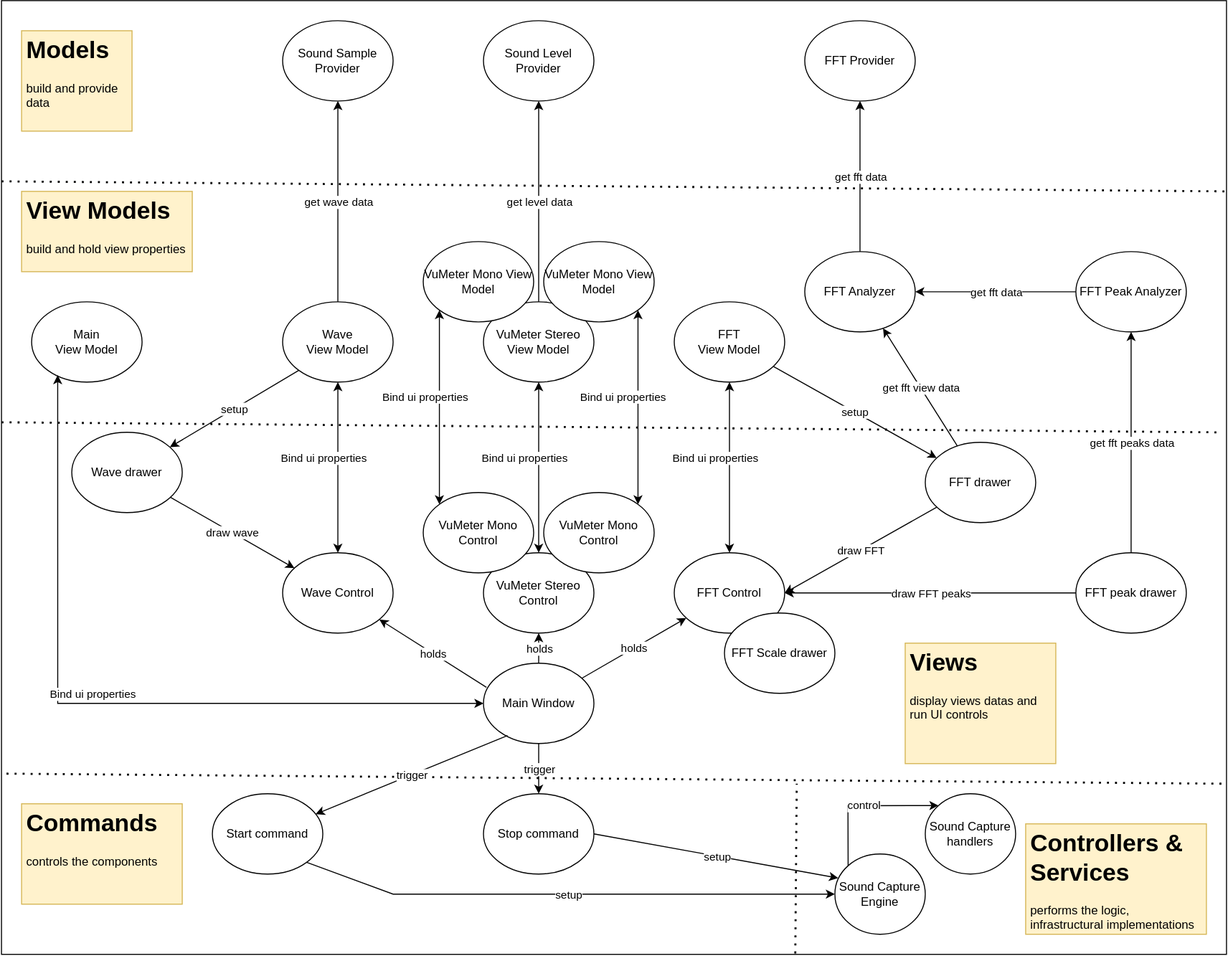
franck-gaspoz/WindowsAudioSessionSample keeps this draw.io diagram as Doc/components1.drawio.svg. Above is the earlier version. Source tidied: cells renumbered, new cells last; positions are measured from the earlier drawing's top-left corner, leaving out a move shared by most shapes.
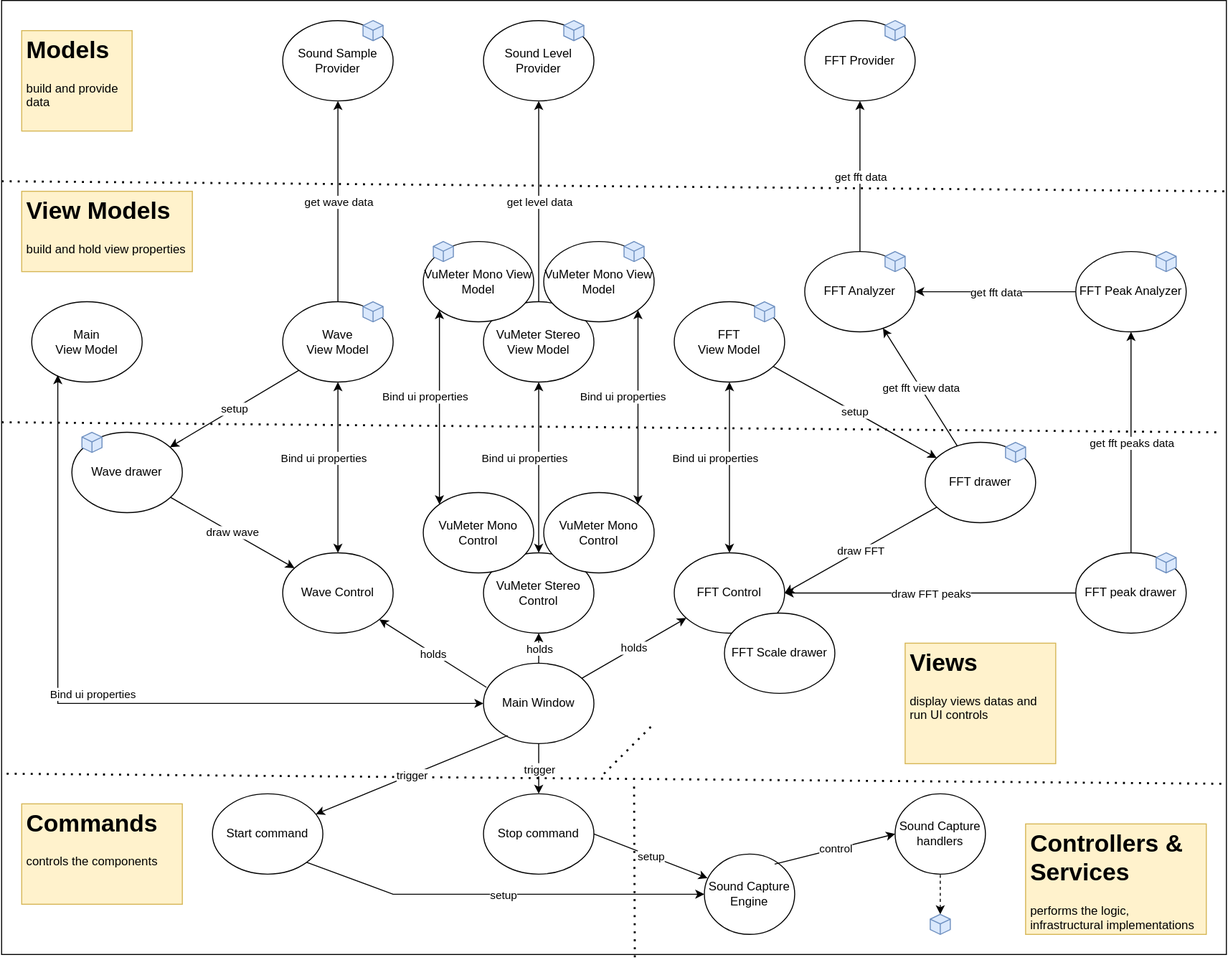
Above is the later version.

Diff of the diagram source:
```diff
@@ -241,7 +241,7 @@
       <mxGeometry x="210" y="790" width="110" height="80" as="geometry" />
     </mxCell>
     <mxCell id="72" value="Sound Capture Engine" style="ellipse;whiteSpace=wrap;html=1;" parent="1" vertex="1">
-      <mxGeometry x="830" y="850" width="90" height="80" as="geometry" />
+      <mxGeometry x="700" y="850" width="90" height="80" as="geometry" />
     </mxCell>
     <mxCell id="73" value="Stop command" style="ellipse;whiteSpace=wrap;html=1;" parent="1" vertex="1">
       <mxGeometry x="480" y="790" width="110" height="80" as="geometry" />
@@ -274,26 +274,70 @@
     <mxCell id="81" value="trigger" style="edgeLabel;html=1;align=center;verticalAlign=middle;" parent="80" vertex="1">
       <mxGeometry relative="1" as="geometry" />
     </mxCell>
-    <mxCell id="82" style="endArrow=none;dashed=1;html=1;dashPattern=1 3;strokeWidth=2;rounded=0;exitX=0.648;exitY=0.999;exitDx=0;exitDy=0;exitPerimeter=0;" parent="1" edge="1" source="2">
+    <mxCell id="82" style="endArrow=none;dashed=1;html=1;dashPattern=1 3;strokeWidth=2;rounded=0;exitX=0.517;exitY=1.003;exitDx=0;exitDy=0;exitPerimeter=0;" parent="1" edge="1" source="2">
       <mxGeometry relative="1" as="geometry">
-        <mxPoint x="792" y="780" as="targetPoint" />
+        <mxPoint x="630" y="780" as="targetPoint" />
       </mxGeometry>
     </mxCell>
     <mxCell id="83" value="&lt;h1&gt;Controllers &amp;amp; Services&lt;/h1&gt;&lt;p&gt;performs the logic, infrastructural implementations&lt;/p&gt;" style="text;html=1;strokeColor=#d6b656;fillColor=#fff2cc;spacing=5;spacingTop=-20;whiteSpace=wrap;overflow=hidden;rounded=0;" parent="1" vertex="1">
       <mxGeometry x="1020" y="820" width="180" height="110" as="geometry" />
     </mxCell>
     <mxCell id="84" value="Sound Capture handlers" style="ellipse;whiteSpace=wrap;html=1;" parent="1" vertex="1">
-      <mxGeometry x="920" y="790" width="90" height="80" as="geometry" />
+      <mxGeometry x="890" y="790" width="90" height="80" as="geometry" />
     </mxCell>
-    <mxCell id="85" style="endArrow=classic;html=1;rounded=0;exitX=0;exitY=0;exitDx=0;exitDy=0;entryX=0;entryY=0;entryDx=0;entryDy=0;" parent="1" edge="1" source="72" target="84">
-      <mxGeometry relative="1" as="geometry">
-        <Array as="points">
-          <mxPoint x="843" y="802" />
-        </Array>
-      </mxGeometry>
+    <mxCell id="85" style="endArrow=classic;html=1;rounded=0;entryX=0;entryY=0.5;entryDx=0;entryDy=0;exitX=0.778;exitY=0.125;exitDx=0;exitDy=0;exitPerimeter=0;" parent="1" edge="1" source="72" target="84">
+      <mxGeometry relative="1" as="geometry" />
     </mxCell>
     <mxCell id="86" value="control" style="edgeLabel;html=1;align=center;verticalAlign=middle;" parent="85" vertex="1">
       <mxGeometry relative="1" as="geometry" />
     </mxCell>
+    <mxCell id="87" style="whiteSpace=wrap;html=1;shape=mxgraph.basic.isocube;isoAngle=15;fillColor=#dae8fc;strokeColor=#6c8ebf;" parent="1" vertex="1">
+      <mxGeometry x="360" y="20" width="20" height="20" as="geometry" />
+    </mxCell>
+    <mxCell id="88" style="whiteSpace=wrap;html=1;shape=mxgraph.basic.isocube;isoAngle=15;fillColor=#dae8fc;strokeColor=#6c8ebf;" parent="1" vertex="1">
+      <mxGeometry x="560" y="20" width="20" height="20" as="geometry" />
+    </mxCell>
+    <mxCell id="89" style="whiteSpace=wrap;html=1;shape=mxgraph.basic.isocube;isoAngle=15;fillColor=#dae8fc;strokeColor=#6c8ebf;" parent="1" vertex="1">
+      <mxGeometry x="880" y="20" width="20" height="20" as="geometry" />
+    </mxCell>
+    <mxCell id="90" style="whiteSpace=wrap;html=1;shape=mxgraph.basic.isocube;isoAngle=15;fillColor=#dae8fc;strokeColor=#6c8ebf;" parent="1" vertex="1">
+      <mxGeometry x="880" y="250" width="20" height="20" as="geometry" />
+    </mxCell>
+    <mxCell id="91" style="whiteSpace=wrap;html=1;shape=mxgraph.basic.isocube;isoAngle=15;fillColor=#dae8fc;strokeColor=#6c8ebf;" parent="1" vertex="1">
+      <mxGeometry x="1150" y="250" width="20" height="20" as="geometry" />
+    </mxCell>
+    <mxCell id="92" style="whiteSpace=wrap;html=1;shape=mxgraph.basic.isocube;isoAngle=15;fillColor=#dae8fc;strokeColor=#6c8ebf;" parent="1" vertex="1">
+      <mxGeometry x="1000" y="440" width="20" height="20" as="geometry" />
+    </mxCell>
+    <mxCell id="93" style="whiteSpace=wrap;html=1;shape=mxgraph.basic.isocube;isoAngle=15;fillColor=#dae8fc;strokeColor=#6c8ebf;" parent="1" vertex="1">
+      <mxGeometry x="1150" y="550" width="20" height="20" as="geometry" />
+    </mxCell>
+    <mxCell id="94" style="whiteSpace=wrap;html=1;shape=mxgraph.basic.isocube;isoAngle=15;fillColor=#dae8fc;strokeColor=#6c8ebf;" parent="1" vertex="1">
+      <mxGeometry x="430" y="240" width="20" height="20" as="geometry" />
+    </mxCell>
+    <mxCell id="95" style="whiteSpace=wrap;html=1;shape=mxgraph.basic.isocube;isoAngle=15;fillColor=#dae8fc;strokeColor=#6c8ebf;" parent="1" vertex="1">
+      <mxGeometry x="620" y="240" width="20" height="20" as="geometry" />
+    </mxCell>
+    <mxCell id="96" style="whiteSpace=wrap;html=1;shape=mxgraph.basic.isocube;isoAngle=15;fillColor=#dae8fc;strokeColor=#6c8ebf;" parent="1" vertex="1">
+      <mxGeometry x="360" y="300" width="20" height="20" as="geometry" />
+    </mxCell>
+    <mxCell id="97" style="whiteSpace=wrap;html=1;shape=mxgraph.basic.isocube;isoAngle=15;fillColor=#dae8fc;strokeColor=#6c8ebf;" parent="1" vertex="1">
+      <mxGeometry x="80" y="430" width="20" height="20" as="geometry" />
+    </mxCell>
+    <mxCell id="98" style="whiteSpace=wrap;html=1;shape=mxgraph.basic.isocube;isoAngle=15;fillColor=#dae8fc;strokeColor=#6c8ebf;" parent="1" vertex="1">
+      <mxGeometry x="750" y="300" width="20" height="20" as="geometry" />
+    </mxCell>
+    <mxCell id="99" style="whiteSpace=wrap;html=1;shape=mxgraph.basic.isocube;isoAngle=15;fillColor=#dae8fc;strokeColor=#6c8ebf;" parent="1" vertex="1">
+      <mxGeometry x="925" y="910" width="20" height="20" as="geometry" />
+    </mxCell>
+    <mxCell id="100" style="endArrow=none;dashed=1;html=1;dashPattern=1 3;strokeWidth=2;rounded=0;" parent="1" edge="1">
+      <mxGeometry relative="1" as="geometry">
+        <mxPoint x="600" y="770" as="sourcePoint" />
+        <mxPoint x="650" y="720" as="targetPoint" />
+      </mxGeometry>
+    </mxCell>
+    <mxCell id="101" style="endArrow=none;dashed=1;html=1;rounded=0;exitX=0.5;exitY=0;exitDx=0;exitDy=0;exitPerimeter=0;endFill=0;startArrow=classic;startFill=1;" parent="1" edge="1" source="99" target="84">
+      <mxGeometry relative="1" as="geometry" />
+    </mxCell>
   </root>
 </mxGraphModel>
```
